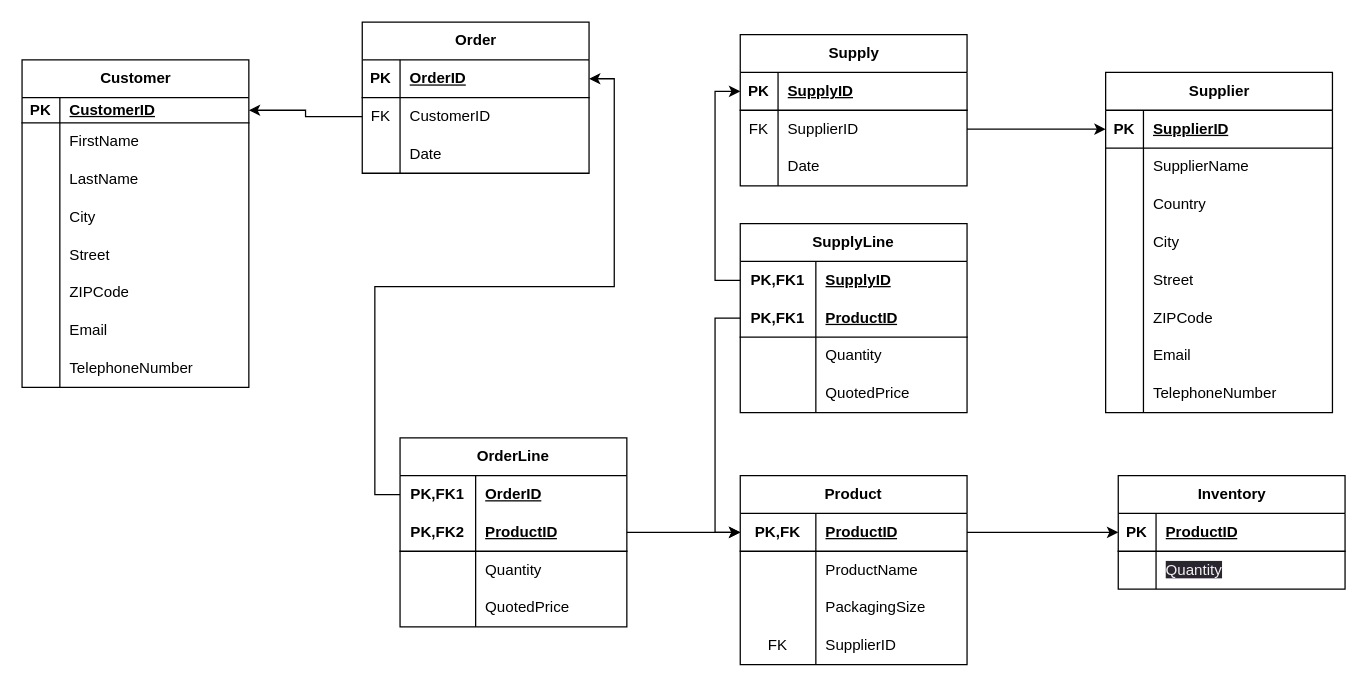
Above: DB설계및구현.drawio in heeyoonjik/DBDesignAndImplementation_Enitity (draw.io), before the change. Source tidied: cells renumbered, new cells numbered last; positions are measured from the earlier drawing's top-left corner, leaving out a move shared by most shapes. Both pictures are drawn from the tidied source at 126%, with x=0, y=0 at pixel (21, 21).
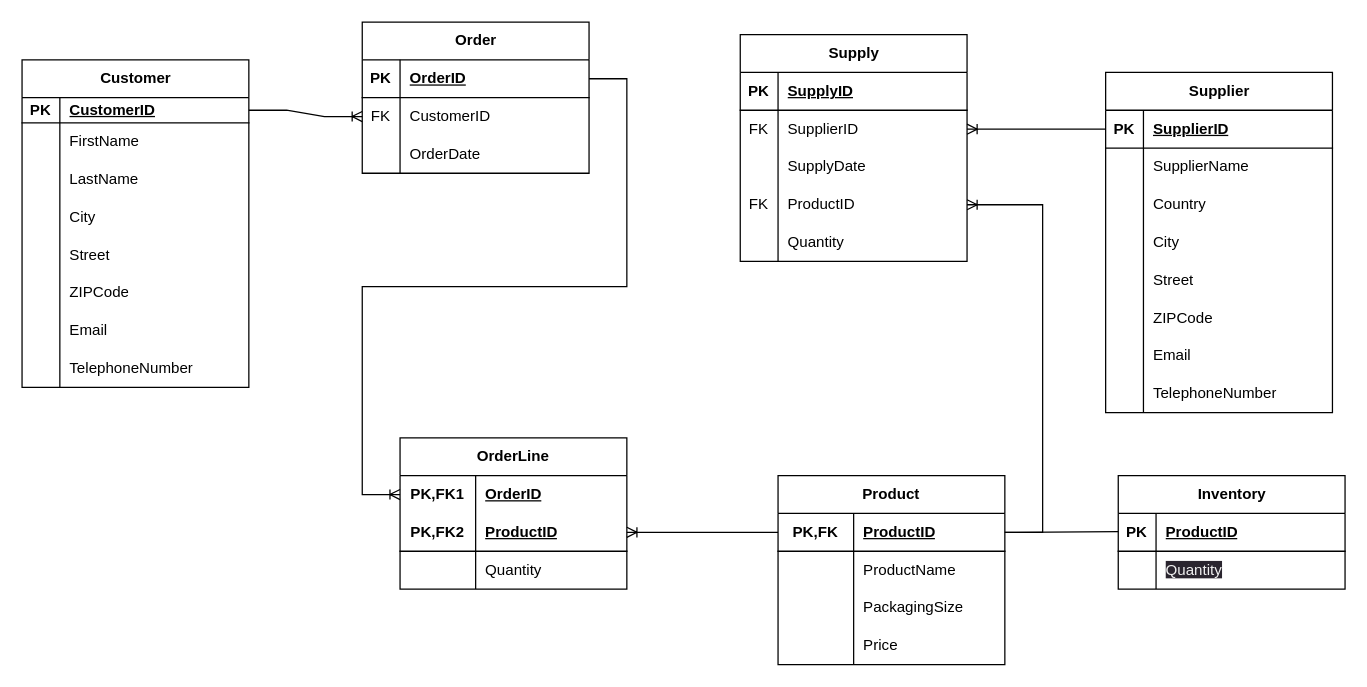
The same diagram, later.

Commit message:
DB설계및구현.drawio 업데이트

The change refers to these unchanged cells:
```xml
<mxCell id="3" style="shape=tableRow;horizontal=0;startSize=0;swimlaneHead=0;swimlaneBody=0;fillColor=none;points=[[0,0.5],[1,0.5]];portConstraint=eastwest;top=0;left=0;right=0;bottom=1;" parent="2" vertex="1">
  <mxGeometry y="30" width="180" height="20" as="geometry" />
</mxCell>
<mxCell id="29" style="shape=tableRow;horizontal=0;startSize=0;swimlaneHead=0;swimlaneBody=0;fillColor=none;points=[[0,0.5],[1,0.5]];portConstraint=eastwest;top=0;left=0;right=0;bottom=1;" parent="28" vertex="1">
  <mxGeometry y="30" width="180" height="30" as="geometry" />
</mxCell>
<mxCell id="54" style="shape=tableRow;horizontal=0;startSize=0;swimlaneHead=0;swimlaneBody=0;fillColor=none;points=[[0,0.5],[1,0.5]];portConstraint=eastwest;top=0;left=0;right=0;bottom=1;" parent="53" vertex="1">
  <mxGeometry y="30" width="180" height="30" as="geometry" />
</mxCell>
<mxCell id="57" style="shape=tableRow;horizontal=0;startSize=0;swimlaneHead=0;swimlaneBody=0;fillColor=none;points=[[0,0.5],[1,0.5]];portConstraint=eastwest;top=0;left=0;right=0;bottom=0;" parent="53" vertex="1">
  <mxGeometry y="60" width="180" height="30" as="geometry" />
</mxCell>
<mxCell id="60" style="shape=tableRow;horizontal=0;startSize=0;swimlaneHead=0;swimlaneBody=0;fillColor=none;top=0;left=0;right=0;bottom=0;" parent="53" vertex="1">
  <mxGeometry y="90" width="180" height="30" as="geometry" />
</mxCell>
<mxCell id="77" style="shape=tableRow;horizontal=0;startSize=0;swimlaneHead=0;swimlaneBody=0;fillColor=none;points=[[0,0.5],[1,0.5]];portConstraint=eastwest;top=0;left=0;right=0;bottom=1;" parent="76" vertex="1">
  <mxGeometry y="30" width="180" height="30" as="geometry" />
</mxCell>
<mxCell id="80" style="shape=tableRow;horizontal=0;startSize=0;swimlaneHead=0;swimlaneBody=0;fillColor=none;points=[[0,0.5],[1,0.5]];portConstraint=eastwest;top=0;left=0;right=0;bottom=0;" parent="76" vertex="1">
  <mxGeometry y="60" width="180" height="30" as="geometry" />
</mxCell>
<mxCell id="83" style="shape=tableRow;horizontal=0;startSize=0;swimlaneHead=0;swimlaneBody=0;fillColor=none;top=0;left=0;right=0;bottom=0;" parent="76" vertex="1">
  <mxGeometry y="90" width="180" height="30" as="geometry" />
</mxCell>
<mxCell id="87" style="shape=tableRow;horizontal=0;startSize=0;swimlaneHead=0;swimlaneBody=0;fillColor=none;points=[[0,0.5],[1,0.5]];portConstraint=eastwest;top=0;left=0;right=0;bottom=0;html=1;" parent="86" vertex="1">
  <mxGeometry y="30" width="180" height="30" as="geometry" />
</mxCell>
<mxCell id="90" style="shape=tableRow;horizontal=0;startSize=0;swimlaneHead=0;swimlaneBody=0;fillColor=none;points=[[0,0.5],[1,0.5]];portConstraint=eastwest;top=0;left=0;right=0;bottom=1;html=1;" parent="86" vertex="1">
  <mxGeometry y="60" width="180" height="30" as="geometry" />
</mxCell>
<mxCell id="100" style="shape=tableRow;horizontal=0;startSize=0;swimlaneHead=0;swimlaneBody=0;fillColor=none;points=[[0,0.5],[1,0.5]];portConstraint=eastwest;top=0;left=0;right=0;bottom=1;" parent="99" vertex="1">
  <mxGeometry y="30" width="180" height="30" as="geometry" />
</mxCell>
<mxCell id="110" style="shape=tableRow;horizontal=0;startSize=0;swimlaneHead=0;swimlaneBody=0;fillColor=none;points=[[0,0.5],[1,0.5]];portConstraint=eastwest;top=0;left=0;right=0;bottom=1;html=1;" parent="109" vertex="1">
  <mxGeometry y="30" width="180" height="30" as="geometry" />
</mxCell>
<mxCell id="119" style="shape=tableRow;horizontal=0;startSize=0;swimlaneHead=0;swimlaneBody=0;fillColor=none;top=0;left=0;right=0;bottom=0;html=1;" parent="109" vertex="1">
  <mxGeometry y="120" width="180" height="30" as="geometry" />
</mxCell>
```

The edit, as a diff of the source:
```diff
@@
     <mxCell id="53" value="Supply" style="shape=table;startSize=30;childLayout=tableLayout;rowLines=0;fontStyle=1;align=center;html=1;" parent="1" vertex="1">
-      <mxGeometry x="570" y="10" width="180" height="120" as="geometry" />
+      <mxGeometry x="570" y="10" width="180" height="180" as="geometry" />
     </mxCell>
@@
-    <mxCell id="62" value="Date" style="shape=partialRectangle;fillColor=none;top=0;left=0;bottom=0;right=0;align=left;spacingLeft=6;overflow=hidden;whiteSpace=wrap;html=1;" parent="60" vertex="1">
+    <mxCell id="62" value="SupplyDate" style="shape=partialRectangle;fillColor=none;top=0;left=0;bottom=0;right=0;align=left;spacingLeft=6;overflow=hidden;whiteSpace=wrap;html=1;" parent="60" vertex="1">
       <mxGeometry x="30" width="150" height="30" as="geometry" />
     </mxCell>
-    <mxCell id="63" value="SupplyLine" style="shape=table;startSize=30;childLayout=tableLayout;rowLines=0;fontStyle=1;align=center;html=1;whiteSpace=wrap;" parent="1" vertex="1">
-      <mxGeometry x="570" y="160" width="180" height="150" as="geometry" />
-    </mxCell>
-    <mxCell id="64" style="shape=tableRow;horizontal=0;startSize=0;swimlaneHead=0;swimlaneBody=0;fillColor=none;points=[[0,0.5],[1,0.5]];portConstraint=eastwest;top=0;left=0;right=0;bottom=0;html=1;" parent="63" vertex="1">
-      <mxGeometry y="30" width="180" height="30" as="geometry" />
-    </mxCell>
-    <mxCell id="65" value="PK,FK1" style="shape=partialRectangle;fillColor=none;top=0;left=0;bottom=0;right=0;fontStyle=1;overflow=hidden;html=1;whiteSpace=wrap;" parent="64" vertex="1">
-      <mxGeometry width="60" height="30" as="geometry" />
-    </mxCell>
-    <mxCell id="66" value="SupplyID" style="shape=partialRectangle;fillColor=none;top=0;left=0;bottom=0;right=0;align=left;spacingLeft=6;fontStyle=5;overflow=hidden;html=1;whiteSpace=wrap;" parent="64" vertex="1">
-      <mxGeometry x="60" width="120" height="30" as="geometry" />
-    </mxCell>
-    <mxCell id="67" style="shape=tableRow;horizontal=0;startSize=0;swimlaneHead=0;swimlaneBody=0;fillColor=none;points=[[0,0.5],[1,0.5]];portConstraint=eastwest;top=0;left=0;right=0;bottom=1;html=1;" parent="63" vertex="1">
-      <mxGeometry y="60" width="180" height="30" as="geometry" />
-    </mxCell>
-    <mxCell id="68" value="PK,FK1" style="shape=partialRectangle;fillColor=none;top=0;left=0;bottom=0;right=0;fontStyle=1;overflow=hidden;html=1;whiteSpace=wrap;" parent="67" vertex="1">
-      <mxGeometry width="60" height="30" as="geometry" />
-    </mxCell>
+    <mxCell id="126" style="shape=tableRow;horizontal=0;startSize=0;swimlaneHead=0;swimlaneBody=0;fillColor=none;points=[[0,0.5],[1,0.5]];portConstraint=eastwest;top=0;left=0;right=0;bottom=0;" parent="53" vertex="1">
+      <mxGeometry y="120" width="180" height="30" as="geometry" />
+    </mxCell>
+    <mxCell id="127" value="FK" style="shape=partialRectangle;fillColor=none;top=0;left=0;bottom=0;right=0;overflow=hidden;whiteSpace=wrap;html=1;" parent="126" vertex="1">
+      <mxGeometry width="30" height="30" as="geometry" />
+    </mxCell>
-    <mxCell id="69" value="ProductID" style="shape=partialRectangle;fillColor=none;top=0;left=0;bottom=0;right=0;align=left;spacingLeft=6;fontStyle=5;overflow=hidden;html=1;whiteSpace=wrap;" parent="67" vertex="1">
-      <mxGeometry x="60" width="120" height="30" as="geometry" />
+    <mxCell id="69" value="ProductID" style="shape=partialRectangle;fillColor=none;top=0;left=0;bottom=0;right=0;align=left;spacingLeft=6;overflow=hidden;whiteSpace=wrap;html=1;" parent="126" vertex="1">
+      <mxGeometry x="30" width="150" height="30" as="geometry" />
     </mxCell>
-    <mxCell id="70" style="shape=tableRow;horizontal=0;startSize=0;swimlaneHead=0;swimlaneBody=0;fillColor=none;top=0;left=0;right=0;bottom=0;html=1;" parent="63" vertex="1">
-      <mxGeometry y="90" width="180" height="30" as="geometry" />
-    </mxCell>
-    <mxCell id="71" style="shape=partialRectangle;fillColor=none;top=0;left=0;bottom=0;right=0;overflow=hidden;html=1;whiteSpace=wrap;" parent="70" vertex="1">
-      <mxGeometry width="60" height="30" as="geometry" />
-    </mxCell>
+    <mxCell id="128" style="shape=tableRow;horizontal=0;startSize=0;swimlaneHead=0;swimlaneBody=0;fillColor=none;top=0;left=0;right=0;bottom=0;" parent="53" vertex="1">
+      <mxGeometry y="150" width="180" height="30" as="geometry" />
+    </mxCell>
+    <mxCell id="129" style="shape=partialRectangle;fillColor=none;top=0;left=0;bottom=0;right=0;overflow=hidden;whiteSpace=wrap;html=1;" parent="128" vertex="1">
+      <mxGeometry width="30" height="30" as="geometry" />
+    </mxCell>
-    <mxCell id="72" value="Quantity" style="shape=partialRectangle;fillColor=none;top=0;left=0;bottom=0;right=0;align=left;spacingLeft=6;overflow=hidden;html=1;whiteSpace=wrap;" parent="70" vertex="1">
-      <mxGeometry x="60" width="120" height="30" as="geometry" />
+    <mxCell id="72" value="Quantity" style="shape=partialRectangle;fillColor=none;top=0;left=0;bottom=0;right=0;align=left;spacingLeft=6;overflow=hidden;whiteSpace=wrap;html=1;" parent="128" vertex="1">
+      <mxGeometry x="30" width="150" height="30" as="geometry" />
     </mxCell>
-    <mxCell id="73" style="shape=tableRow;horizontal=0;startSize=0;swimlaneHead=0;swimlaneBody=0;fillColor=none;top=0;left=0;right=0;bottom=0;html=1;" parent="63" vertex="1">
-      <mxGeometry y="120" width="180" height="30" as="geometry" />
-    </mxCell>
-    <mxCell id="74" style="shape=partialRectangle;fillColor=none;top=0;left=0;bottom=0;right=0;overflow=hidden;html=1;whiteSpace=wrap;" parent="73" vertex="1">
-      <mxGeometry width="60" height="30" as="geometry" />
-    </mxCell>
-    <mxCell id="75" value="QuotedPrice" style="shape=partialRectangle;fillColor=none;top=0;left=0;bottom=0;right=0;align=left;spacingLeft=6;overflow=hidden;html=1;whiteSpace=wrap;" parent="73" vertex="1">
-      <mxGeometry x="60" width="120" height="30" as="geometry" />
-    </mxCell>
@@
-    <mxCell id="85" value="Date" style="shape=partialRectangle;fillColor=none;top=0;left=0;bottom=0;right=0;align=left;spacingLeft=6;overflow=hidden;whiteSpace=wrap;html=1;" parent="83" vertex="1">
+    <mxCell id="85" value="OrderDate" style="shape=partialRectangle;fillColor=none;top=0;left=0;bottom=0;right=0;align=left;spacingLeft=6;overflow=hidden;whiteSpace=wrap;html=1;" parent="83" vertex="1">
       <mxGeometry x="30" width="150" height="30" as="geometry" />
     </mxCell>
     <mxCell id="86" value="OrderLine" style="shape=table;startSize=30;childLayout=tableLayout;rowLines=0;fontStyle=1;align=center;html=1;whiteSpace=wrap;" parent="1" vertex="1">
-      <mxGeometry x="300" y="330" width="180" height="150" as="geometry" />
+      <mxGeometry x="300" y="330" width="180" height="120" as="geometry" />
     </mxCell>
@@
-    <mxCell id="96" style="shape=tableRow;horizontal=0;startSize=0;swimlaneHead=0;swimlaneBody=0;fillColor=none;top=0;left=0;right=0;bottom=0;html=1;" parent="86" vertex="1">
-      <mxGeometry y="120" width="180" height="30" as="geometry" />
-    </mxCell>
-    <mxCell id="97" style="shape=partialRectangle;fillColor=none;top=0;left=0;bottom=0;right=0;overflow=hidden;html=1;whiteSpace=wrap;" parent="96" vertex="1">
-      <mxGeometry width="60" height="30" as="geometry" />
-    </mxCell>
-    <mxCell id="98" value="QuotedPrice" style="shape=partialRectangle;fillColor=none;top=0;left=0;bottom=0;right=0;align=left;spacingLeft=6;overflow=hidden;html=1;whiteSpace=wrap;" parent="96" vertex="1">
-      <mxGeometry x="60" width="120" height="30" as="geometry" />
-    </mxCell>
@@
-    <mxCell id="106" style="edgeStyle=orthogonalEdgeStyle;rounded=0;jettySize=auto;html=1;exitX=0;exitY=0.5;exitDx=0;exitDy=0;entryX=0;entryY=0.5;entryDx=0;entryDy=0;" parent="1" edge="1" source="64" target="54">
-      <mxGeometry relative="1" as="geometry" />
-    </mxCell>
-    <mxCell id="107" style="edgeStyle=orthogonalEdgeStyle;rounded=0;jettySize=auto;html=1;exitX=0;exitY=0.5;exitDx=0;exitDy=0;entryX=0;entryY=0.5;entryDx=0;entryDy=0;" parent="1" edge="1" source="67" target="110">
-      <mxGeometry relative="1" as="geometry" />
-    </mxCell>
-    <mxCell id="108" style="edgeStyle=orthogonalEdgeStyle;rounded=0;jettySize=auto;html=1;exitX=0;exitY=0.5;exitDx=0;exitDy=0;entryX=1;entryY=0.5;entryDx=0;entryDy=0;" parent="1" edge="1" source="87" target="77">
-      <mxGeometry relative="1" as="geometry" />
-    </mxCell>
     <mxCell id="109" value="Product" style="shape=table;startSize=30;childLayout=tableLayout;rowLines=0;fontStyle=1;align=center;html=1;whiteSpace=wrap;" parent="1" vertex="1">
-      <mxGeometry x="570" y="360" width="180" height="150" as="geometry" />
+      <mxGeometry x="600" y="360" width="180" height="150" as="geometry" />
     </mxCell>
@@
-    <mxCell id="120" value="FK" style="shape=partialRectangle;fillColor=none;top=0;left=0;bottom=0;right=0;overflow=hidden;html=1;whiteSpace=wrap;" parent="119" vertex="1">
+    <mxCell id="120" style="shape=partialRectangle;fillColor=none;top=0;left=0;bottom=0;right=0;overflow=hidden;html=1;whiteSpace=wrap;" parent="119" vertex="1">
       <mxGeometry width="60" height="30" as="geometry" />
     </mxCell>
-    <mxCell id="121" value="SupplierID" style="shape=partialRectangle;fillColor=none;top=0;left=0;bottom=0;right=0;align=left;spacingLeft=6;overflow=hidden;html=1;whiteSpace=wrap;" parent="119" vertex="1">
+    <mxCell id="121" value="Price" style="shape=partialRectangle;fillColor=none;top=0;left=0;bottom=0;right=0;align=left;spacingLeft=6;overflow=hidden;html=1;whiteSpace=wrap;" parent="119" vertex="1">
       <mxGeometry x="60" width="120" height="30" as="geometry" />
     </mxCell>
-    <mxCell id="122" style="edgeStyle=orthogonalEdgeStyle;rounded=0;jettySize=auto;html=1;exitX=0;exitY=0.5;exitDx=0;exitDy=0;entryX=1;entryY=0.5;entryDx=0;entryDy=0;" parent="1" edge="1" source="80" target="3">
-      <mxGeometry relative="1" as="geometry" />
-    </mxCell>
-    <mxCell id="123" style="edgeStyle=orthogonalEdgeStyle;rounded=0;jettySize=auto;html=1;exitX=1;exitY=0.5;exitDx=0;exitDy=0;entryX=0;entryY=0.5;entryDx=0;entryDy=0;" parent="1" edge="1" source="57" target="29">
-      <mxGeometry relative="1" as="geometry" />
-    </mxCell>
-    <mxCell id="124" style="edgeStyle=orthogonalEdgeStyle;rounded=0;jettySize=auto;html=1;exitX=1;exitY=0.5;exitDx=0;exitDy=0;" parent="1" edge="1" source="110" target="100">
-      <mxGeometry relative="1" as="geometry" />
-    </mxCell>
-    <mxCell id="125" style="edgeStyle=orthogonalEdgeStyle;rounded=0;jettySize=auto;html=1;exitX=1;exitY=0.5;exitDx=0;exitDy=0;entryX=0;entryY=0.5;entryDx=0;entryDy=0;" parent="1" edge="1" source="90" target="110">
-      <mxGeometry relative="1" as="geometry" />
-    </mxCell>
+    <mxCell id="130" style="edgeStyle=entityRelationEdgeStyle;fontSize=12;html=1;endArrow=ERoneToMany;rounded=0;entryX=0;entryY=0.5;entryDx=0;entryDy=0;" parent="1" edge="1" target="80">
+      <mxGeometry relative="1" as="geometry">
+        <mxPoint x="180" y="70" as="sourcePoint" />
+      </mxGeometry>
+    </mxCell>
+    <mxCell id="131" style="edgeStyle=entityRelationEdgeStyle;fontSize=12;html=1;endArrow=ERoneToMany;rounded=0;exitX=1;exitY=0.5;exitDx=0;exitDy=0;" parent="1" edge="1" source="77">
+      <mxGeometry relative="1" as="geometry">
+        <mxPoint x="300" y="375" as="targetPoint" />
+      </mxGeometry>
+    </mxCell>
+    <mxCell id="132" style="edgeStyle=entityRelationEdgeStyle;fontSize=12;html=1;endArrow=ERoneToMany;rounded=0;entryX=1;entryY=0.5;entryDx=0;entryDy=0;exitX=0;exitY=0.5;exitDx=0;exitDy=0;" parent="1" edge="1" source="110" target="90">
+      <mxGeometry relative="1" as="geometry" />
+    </mxCell>
+    <mxCell id="133" style="endArrow=none;html=1;rounded=0;" parent="1" edge="1">
+      <mxGeometry relative="1" as="geometry">
+        <mxPoint x="780" y="405" as="sourcePoint" />
+        <mxPoint x="870" y="404.5" as="targetPoint" />
+      </mxGeometry>
+    </mxCell>
+    <mxCell id="134" style="edgeStyle=entityRelationEdgeStyle;fontSize=12;html=1;endArrow=ERoneToMany;rounded=0;entryX=1;entryY=0.5;entryDx=0;entryDy=0;" parent="1" edge="1" target="126">
+      <mxGeometry relative="1" as="geometry">
+        <mxPoint x="780" y="405" as="sourcePoint" />
+      </mxGeometry>
+    </mxCell>
+    <mxCell id="135" style="edgeStyle=entityRelationEdgeStyle;fontSize=12;html=1;endArrow=ERoneToMany;rounded=0;entryX=1;entryY=0.5;entryDx=0;entryDy=0;exitX=0;exitY=0.5;exitDx=0;exitDy=0;" parent="1" edge="1" source="29" target="57">
+      <mxGeometry relative="1" as="geometry" />
+    </mxCell>
```
